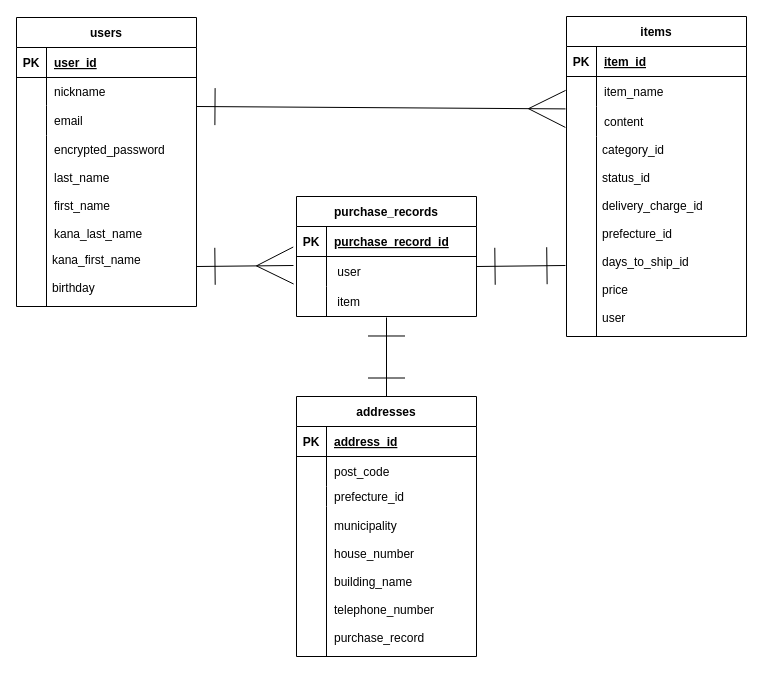
Above: Furima .dio in mispica/furima-38848 (draw.io), before the change. Source tidied: cells renumbered, new cells numbered last; positions are measured from the earlier drawing's top-left corner, leaving out a move shared by most shapes. Both pictures are drawn from the tidied source at 100%, with x=0, y=0 at pixel (16, 16).
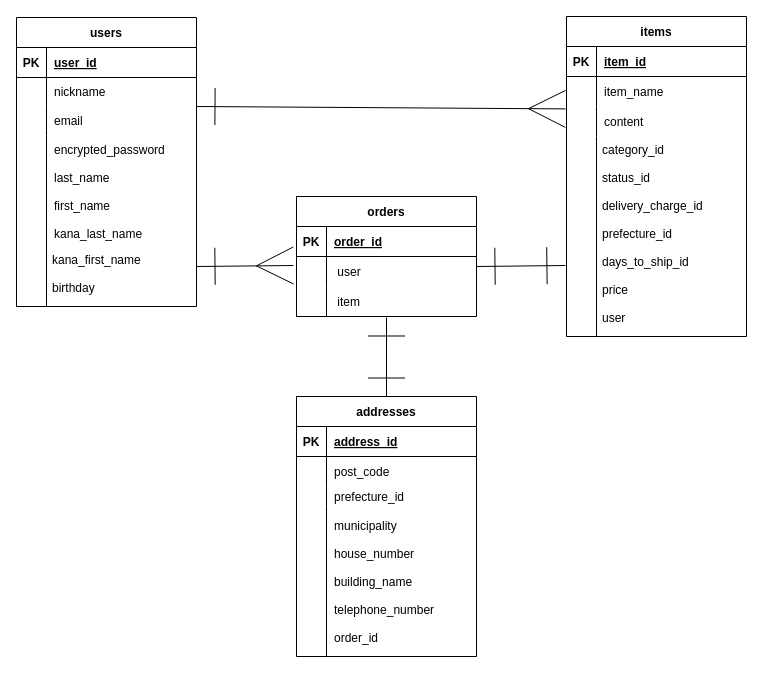
After the change.

The change refers to these unchanged cells:
```xml
<mxCell id="36" style="shape=tableRow;horizontal=0;startSize=0;swimlaneHead=0;swimlaneBody=0;fillColor=none;top=0;left=0;right=0;bottom=1;" parent="35" vertex="1">
  <mxGeometry y="30" width="180" height="30" as="geometry" />
</mxCell>
<mxCell id="55" style="shape=tableRow;horizontal=0;startSize=0;swimlaneHead=0;swimlaneBody=0;fillColor=none;top=0;left=0;right=0;bottom=0;" parent="45" vertex="1">
  <mxGeometry y="110" width="180" height="150" as="geometry" />
</mxCell>
```

What changed in the source:
```diff
@@
-    <mxCell id="35" value="purchase_records" style="shape=table;startSize=30;childLayout=tableLayout;rowLines=0;fontStyle=1;align=center;" parent="1" vertex="1">
+    <mxCell id="35" value="orders" style="shape=table;startSize=30;childLayout=tableLayout;rowLines=0;fontStyle=1;align=center;" parent="1" vertex="1">
       <mxGeometry x="280" y="180" width="180" height="120" as="geometry" />
     </mxCell>
@@
-    <mxCell id="38" value="purchase_record_id" style="shape=partialRectangle;fillColor=none;top=0;left=0;bottom=0;right=0;align=left;spacingLeft=6;fontStyle=5;overflow=hidden;" parent="36" vertex="1">
+    <mxCell id="38" value="order_id" style="shape=partialRectangle;fillColor=none;top=0;left=0;bottom=0;right=0;align=left;spacingLeft=6;fontStyle=5;overflow=hidden;" parent="36" vertex="1">
       <mxGeometry x="30" width="150" height="30" as="geometry" />
     </mxCell>
@@
-    <mxCell id="57" value="municipality&#10;&#10;house_number&#10;&#10;building_name&#10;&#10;telephone_number&#10;&#10;purchase_record" style="shape=partialRectangle;fillColor=none;top=0;left=0;bottom=0;right=0;align=left;spacingLeft=6;overflow=hidden;" parent="55" vertex="1">
+    <mxCell id="57" value="municipality&#10;&#10;house_number&#10;&#10;building_name&#10;&#10;telephone_number&#10;&#10;order_id" style="shape=partialRectangle;fillColor=none;top=0;left=0;bottom=0;right=0;align=left;spacingLeft=6;overflow=hidden;" parent="55" vertex="1">
       <mxGeometry x="30" width="150" height="150" as="geometry" />
     </mxCell>
```
